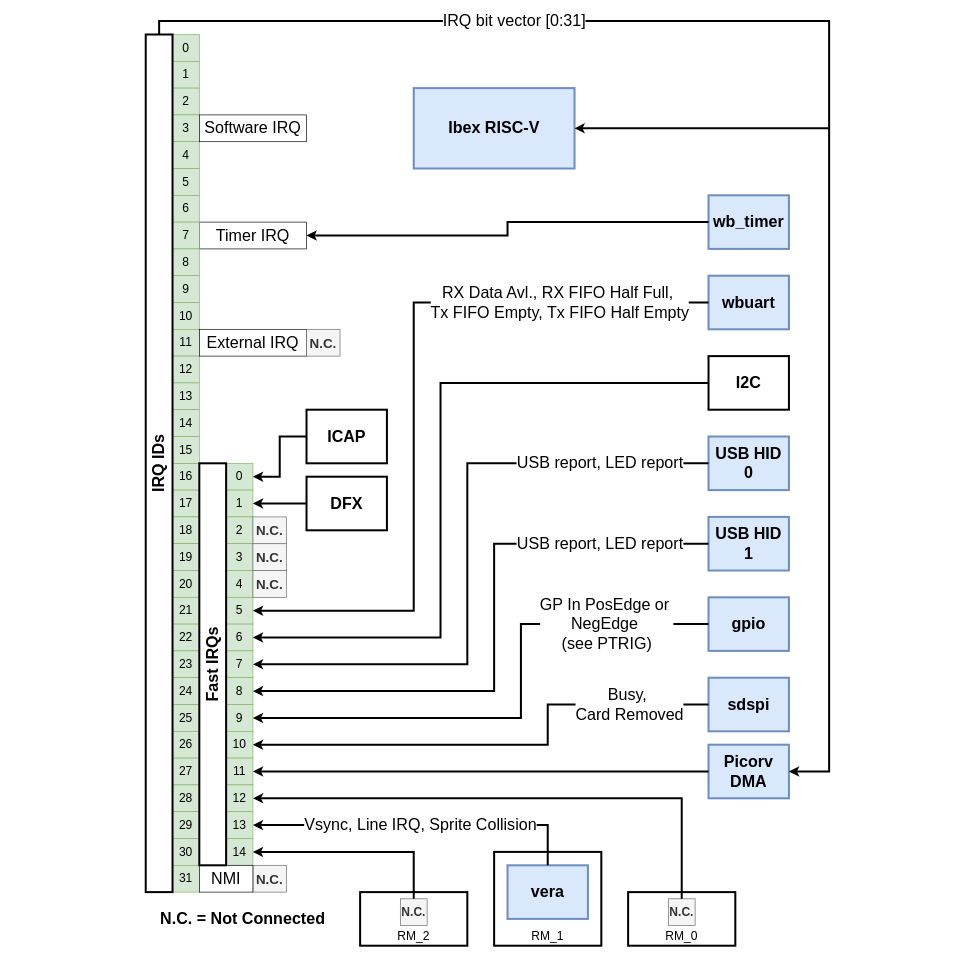
Earlier version of the draw.io diagram docs/assets/irq_diagram.drawio (epsilon537/boxlambda). Source tidied: cells renumbered, new cells numbered last; positions are measured from the earlier drawing's top-left corner, leaving out a move shared by most shapes. Both pictures are drawn from the tidied source at 67%, with x=0, y=0 at pixel (-270, 21).
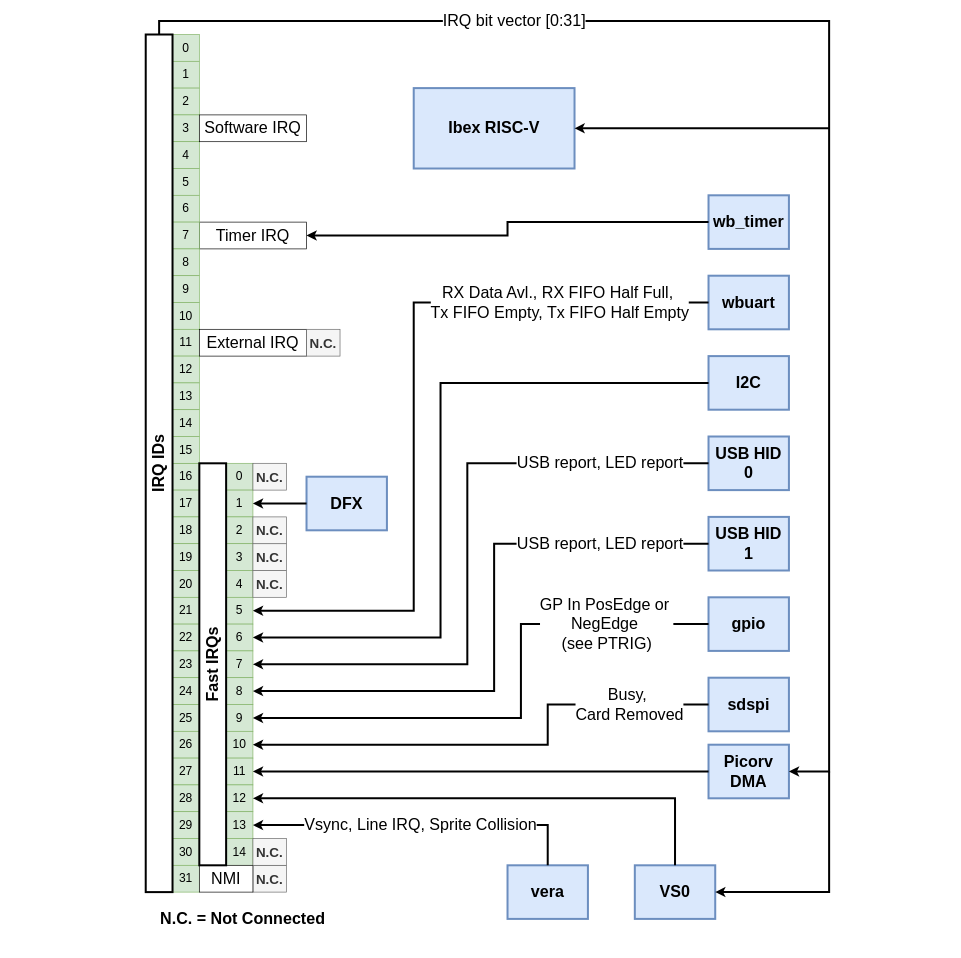
Above is the later version.

The change refers to these unchanged cells:
```xml
<mxCell id="50" value="0" style="rounded=0;whiteSpace=wrap;html=1;fontSize=18;fillColor=#d5e8d4;strokeColor=#82b366;" parent="1" vertex="1">
  <mxGeometry x="740" y="660" width="40" height="40" as="geometry" />
</mxCell>
<mxCell id="62" value="12" style="rounded=0;whiteSpace=wrap;html=1;fontSize=18;fillColor=#d5e8d4;strokeColor=#82b366;" parent="1" vertex="1">
  <mxGeometry x="740" y="1140" width="40" height="40" as="geometry" />
</mxCell>
<mxCell id="64" value="14" style="rounded=0;whiteSpace=wrap;html=1;fontSize=18;fillColor=#d5e8d4;strokeColor=#82b366;" parent="1" vertex="1">
  <mxGeometry x="740" y="1220" width="40" height="40" as="geometry" />
</mxCell>
```

The edit, as a diff of the source:
```diff
@@
-    <mxCell id="3" value="RM_1" style="rounded=0;whiteSpace=wrap;html=1;fontSize=18;verticalAlign=bottom;strokeWidth=3;" parent="1" vertex="1">
-      <mxGeometry x="1140" y="1240" width="160" height="140" as="geometry" />
-    </mxCell>
@@
-    <mxCell id="13" value="I2C" style="rounded=0;whiteSpace=wrap;html=1;fontSize=24;fontStyle=1;strokeWidth=3;" parent="1" vertex="1">
+    <mxCell id="13" value="I2C" style="rounded=0;whiteSpace=wrap;html=1;fontSize=24;fontStyle=1;strokeWidth=3;fillColor=#dae8fc;strokeColor=#6c8ebf;" parent="1" vertex="1">
       <mxGeometry x="1460" y="500" width="120" height="80" as="geometry" />
     </mxCell>
-    <mxCell id="14" value="ICAP" style="rounded=0;whiteSpace=wrap;html=1;fontSize=24;fontStyle=1;strokeWidth=3;" parent="1" vertex="1">
-      <mxGeometry x="860" y="580" width="120" height="80" as="geometry" />
-    </mxCell>
-    <mxCell id="15" value="DFX" style="rounded=0;whiteSpace=wrap;html=1;fontSize=24;fontStyle=1;strokeWidth=3;" parent="1" vertex="1">
+    <mxCell id="15" value="DFX" style="rounded=0;whiteSpace=wrap;html=1;fontSize=24;fontStyle=1;strokeWidth=3;fillColor=#dae8fc;strokeColor=#6c8ebf;" parent="1" vertex="1">
       <mxGeometry x="860" y="680" width="120" height="80" as="geometry" />
     </mxCell>
@@
-    <mxCell id="66" value="RM_0" style="rounded=0;whiteSpace=wrap;html=1;fontSize=18;verticalAlign=bottom;strokeWidth=3;" parent="1" vertex="1">
-      <mxGeometry x="1340" y="1300" width="160" height="80" as="geometry" />
+    <mxCell id="66" value="VS0" style="rounded=0;whiteSpace=wrap;html=1;fontSize=24;verticalAlign=middle;strokeWidth=3;align=center;fillColor=#dae8fc;strokeColor=#6c8ebf;fontStyle=1;" parent="1" vertex="1">
+      <mxGeometry x="1350" y="1260" width="120" height="80" as="geometry" />
     </mxCell>
-    <mxCell id="67" value="RM_2" style="rounded=0;whiteSpace=wrap;html=1;fontSize=18;verticalAlign=bottom;strokeWidth=3;" parent="1" vertex="1">
-      <mxGeometry x="940" y="1300" width="160" height="80" as="geometry" />
-    </mxCell>
-    <mxCell id="68" value="N.C." style="rounded=0;whiteSpace=wrap;html=1;fontSize=18;fillColor=#f5f5f5;fontColor=#333333;strokeColor=#666666;fontStyle=1;" parent="1" vertex="1">
-      <mxGeometry x="1400" y="1310" width="40" height="40" as="geometry" />
-    </mxCell>
-    <mxCell id="69" value="N.C." style="rounded=0;whiteSpace=wrap;html=1;fontSize=18;fillColor=#f5f5f5;fontColor=#333333;strokeColor=#666666;fontStyle=1;" parent="1" vertex="1">
-      <mxGeometry x="1000" y="1310" width="40" height="40" as="geometry" />
-    </mxCell>
@@
-    <mxCell id="74" style="endArrow=classic;html=1;rounded=0;edgeStyle=orthogonalEdgeStyle;strokeWidth=3;" parent="1" edge="1" source="69" target="64">
-      <mxGeometry relative="1" as="geometry">
-        <Array as="points">
-          <mxPoint x="1020" y="1240" />
-        </Array>
-      </mxGeometry>
-    </mxCell>
@@
-    <mxCell id="76" style="endArrow=classic;html=1;rounded=0;edgeStyle=orthogonalEdgeStyle;strokeWidth=3;" parent="1" edge="1" source="68" target="62">
+    <mxCell id="76" style="endArrow=classic;html=1;rounded=0;edgeStyle=orthogonalEdgeStyle;strokeWidth=3;exitX=0.5;exitY=0;exitDx=0;exitDy=0;" parent="1" edge="1" source="66" target="62">
       <mxGeometry relative="1" as="geometry">
         <Array as="points">
-          <mxPoint x="1420" y="1160" />
+          <mxPoint x="1410" y="1160" />
         </Array>
       </mxGeometry>
     </mxCell>
@@
-    <mxCell id="85" style="endArrow=classic;html=1;rounded=0;edgeStyle=orthogonalEdgeStyle;strokeWidth=3;" parent="1" edge="1" source="14" target="50">
-      <mxGeometry relative="1" as="geometry" />
-    </mxCell>
@@
+    <mxCell id="94" value="N.C." style="rounded=0;whiteSpace=wrap;html=1;fontSize=20;fillColor=#f5f5f5;fontColor=#333333;strokeColor=#666666;fontStyle=1;" parent="1" vertex="1">
+      <mxGeometry x="780" y="1220" width="50" height="40" as="geometry" />
+    </mxCell>
+    <mxCell id="95" value="N.C." style="rounded=0;whiteSpace=wrap;html=1;fontSize=20;fillColor=#f5f5f5;strokeColor=#666666;fontColor=#333333;fontStyle=1;" parent="1" vertex="1">
+      <mxGeometry x="780" y="660" width="50" height="40" as="geometry" />
+    </mxCell>
+    <mxCell id="96" style="endArrow=classic;html=1;rounded=0;strokeWidth=3;" parent="1" edge="1" target="66">
+      <mxGeometry relative="1" as="geometry">
+        <mxPoint x="1640" y="1120" as="sourcePoint" />
+        <Array as="points">
+          <mxPoint x="1640" y="1300" />
+        </Array>
+      </mxGeometry>
+    </mxCell>
```
